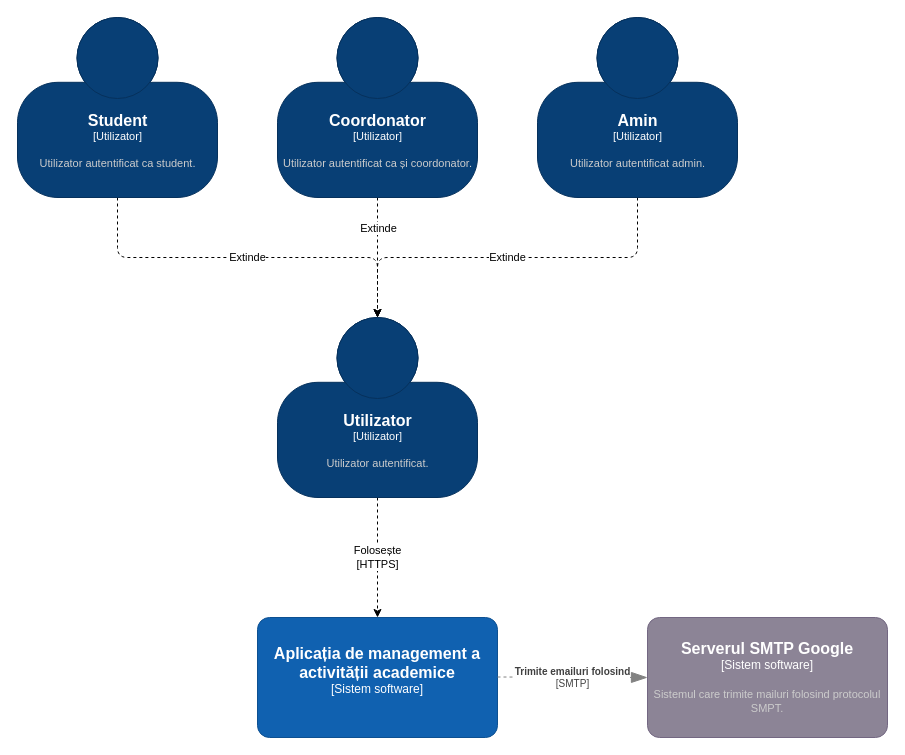
valentin-stamate/dashboard-activitatie-academica keeps this draw.io diagram as page "app level 1" (1 of 4) of files/diagrams.drawio. Above is the earlier version. Source tidied: cells renumbered, new cells numbered last; positions are measured from the earlier drawing's top-left corner, leaving out a move shared by most shapes. Both pictures are drawn from the tidied source at 100%, with x=0, y=0 at pixel (17, 17).
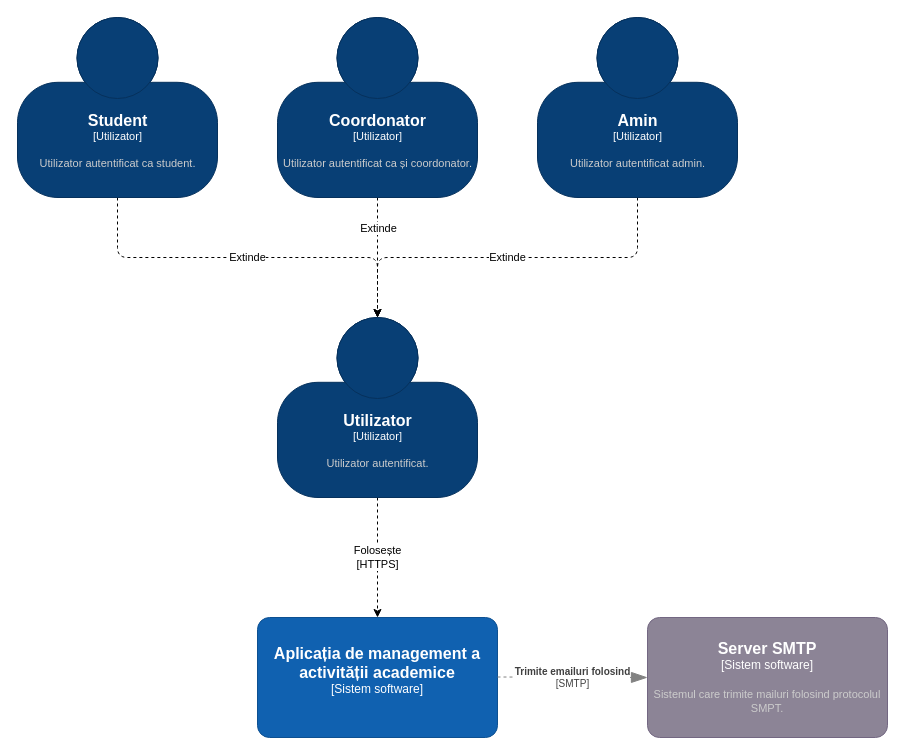
The same page after the edit.

Diff of the diagram source:
```diff
@@
-    <object id="5" label="&lt;font style=&quot;font-size: 16px&quot;&gt;&lt;b&gt;%c4Name%&lt;/b&gt;&lt;/font&gt;&lt;div&gt;[%c4Type%]&lt;/div&gt;&lt;br&gt;&lt;div&gt;&lt;font style=&quot;font-size: 11px&quot;&gt;&lt;font color=&quot;#cccccc&quot;&gt;%c4Description%&lt;/font&gt;&lt;/div&gt;" c4Description="Sistemul care trimite mailuri folosind protocolul SMPT." c4Name="Serverul SMTP Google" c4Type="Sistem software" placeholders="1">
+    <object id="5" label="&lt;font style=&quot;font-size: 16px&quot;&gt;&lt;b&gt;%c4Name%&lt;/b&gt;&lt;/font&gt;&lt;div&gt;[%c4Type%]&lt;/div&gt;&lt;br&gt;&lt;div&gt;&lt;font style=&quot;font-size: 11px&quot;&gt;&lt;font color=&quot;#cccccc&quot;&gt;%c4Description%&lt;/font&gt;&lt;/div&gt;" c4Description="Sistemul care trimite mailuri folosind protocolul SMPT." c4Name="Server SMTP" c4Type="Sistem software" placeholders="1">
       <mxCell style="rounded=1;whiteSpace=wrap;html=1;labelBackgroundColor=none;fillColor=#8C8496;fontColor=#ffffff;align=center;arcSize=10;strokeColor=#736782;points=[[0.25,0,0],[0.5,0,0],[0.75,0,0],[1,0.25,0],[1,0.5,0],[1,0.75,0],[0.75,1,0],[0.5,1,0],[0.25,1,0],[0,0.75,0],[0,0.5,0],[0,0.25,0]];" parent="1" vertex="1">
         <mxGeometry x="630" y="600" width="240" height="120" as="geometry" />
       </mxCell>
     </object>
```
